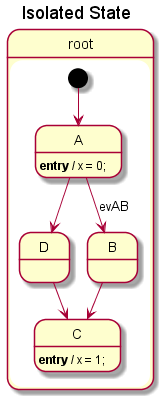
This is results/IsolatedState/0.yaml.png from aktasme/StatechartRepairYAML, a PlantUML export, as it was before one commit.
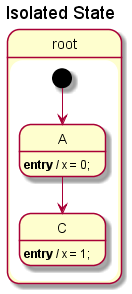
The same diagram one commit later.

Change to the diagram source:
```diff
@@ -2,19 +2,12 @@
 title Isolated State
 state "root" as root {
   [*] --> A
-  state "D" as D {
-    D --> C
-  }
   state "C" as C {
     C : **entry** / x = 1;
   }
-  state "B" as B {
-    B --> C
-  }
   state "A" as A {
     A : **entry** / x = 0;
-    A --> B : evAB
-    A --> D
+    A --> C
   }
 }
 @enduml
```
